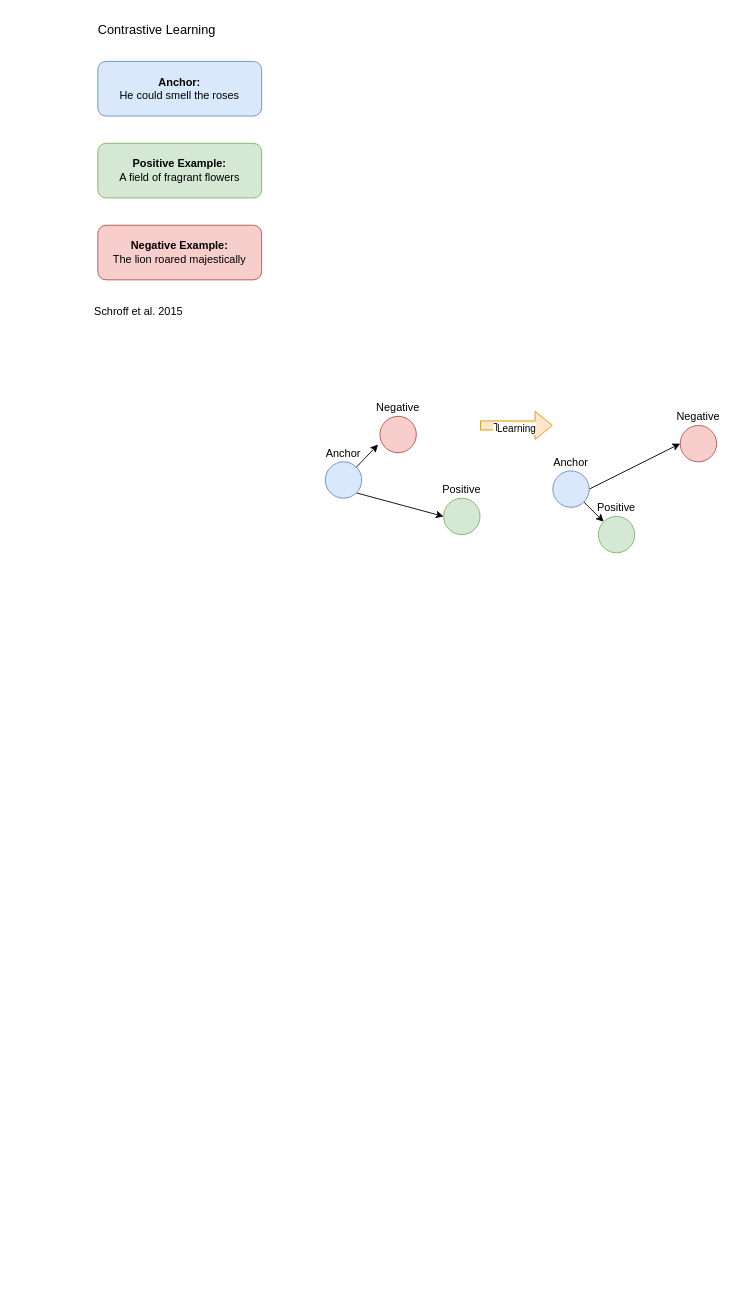
hollygrimm/hg-diagrams keeps this draw.io diagram as Untitled Diagram.drawio. Above is the earlier version. Source tidied: cells renumbered, new cells numbered last; positions are measured from the earlier drawing's top-left corner, leaving out a move shared by most shapes. Both pictures are drawn from the tidied source at 91%, with x=0, y=0 at pixel (70, 15).
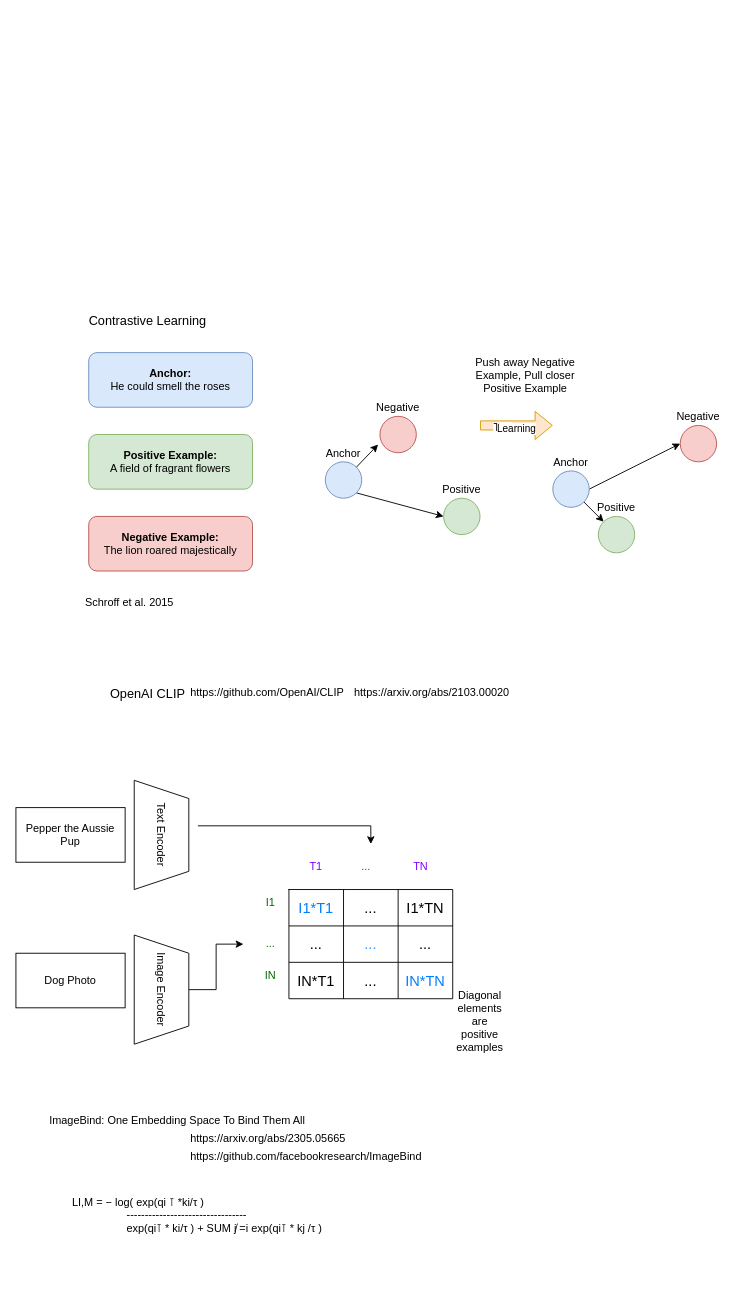
After the change.

Diff of the diagram source:
```diff
@@
     <mxCell id="2" value="&lt;b&gt;Anchor:&lt;/b&gt;&lt;br&gt;He could smell the roses" style="rounded=1;whiteSpace=wrap;html=1;fillColor=#dae8fc;strokeColor=#6c8ebf;" parent="1" vertex="1">
-      <mxGeometry x="30" y="50" width="180" height="60" as="geometry" />
+      <mxGeometry x="20" y="370" width="180" height="60" as="geometry" />
     </mxCell>
     <mxCell id="3" value="Contrastive Learning" style="text;html=1;align=center;verticalAlign=middle;whiteSpace=wrap;rounded=0;fontSize=14;" parent="1" vertex="1">
-      <mxGeometry width="190" height="30" as="geometry" />
+      <mxGeometry x="-10" y="320" width="190" height="30" as="geometry" />
     </mxCell>
     <mxCell id="4" value="&lt;b&gt;Positive Example:&lt;br&gt;&lt;/b&gt;A field of fragrant flowers" style="rounded=1;whiteSpace=wrap;html=1;fillColor=#d5e8d4;strokeColor=#82b366;" parent="1" vertex="1">
-      <mxGeometry x="30" y="140" width="180" height="60" as="geometry" />
+      <mxGeometry x="20" y="460" width="180" height="60" as="geometry" />
     </mxCell>
     <mxCell id="5" value="&lt;b&gt;Negative Example:&lt;br&gt;&lt;/b&gt;The lion roared majestically" style="rounded=1;whiteSpace=wrap;html=1;fillColor=#f8cecc;strokeColor=#b85450;" parent="1" vertex="1">
-      <mxGeometry x="30" y="230" width="180" height="60" as="geometry" />
+      <mxGeometry x="20" y="550" width="180" height="60" as="geometry" />
     </mxCell>
     <mxCell id="6" value="Schroff et al. 2015" style="text;html=1;align=center;verticalAlign=middle;whiteSpace=wrap;rounded=0;" parent="1" vertex="1">
-      <mxGeometry x="20" y="310" width="110" height="30" as="geometry" />
+      <mxGeometry x="10" y="630" width="110" height="30" as="geometry" />
     </mxCell>
@@
+    <mxCell id="20" value="Push away Negative Example, Pull closer Positive Example" style="text;html=1;align=center;verticalAlign=middle;whiteSpace=wrap;rounded=0;" parent="1" vertex="1">
+      <mxGeometry x="430" y="380" width="140" height="30" as="geometry" />
+    </mxCell>
+    <mxCell id="21" value="OpenAI CLIP" style="text;html=1;align=center;verticalAlign=middle;whiteSpace=wrap;rounded=0;fontSize=14;" parent="1" vertex="1">
+      <mxGeometry x="10" y="730" width="150" height="30" as="geometry" />
+    </mxCell>
+    <mxCell id="22" value="https://github.com/OpenAI/CLIP" style="text;whiteSpace=wrap;" parent="1" vertex="1">
+      <mxGeometry x="130" y="730" width="200" height="40" as="geometry" />
+    </mxCell>
+    <mxCell id="23" value="https://arxiv.org/abs/2103.00020" style="text;whiteSpace=wrap;" parent="1" vertex="1">
+      <mxGeometry x="310" y="730" width="200" height="40" as="geometry" />
+    </mxCell>
+    <mxCell id="24" value="Text Encoder" style="shape=trapezoid;perimeter=trapezoidPerimeter;whiteSpace=wrap;html=1;fixedSize=1;rotation=90;" parent="1" vertex="1">
+      <mxGeometry x="40" y="870" width="120" height="60" as="geometry" />
+    </mxCell>
+    <mxCell id="25" style="edgeStyle=orthogonalEdgeStyle;rounded=0;jettySize=auto;html=1;exitX=0.5;exitY=0;exitDx=0;exitDy=0;" parent="1" edge="1" source="26" target="46">
+      <mxGeometry relative="1" as="geometry" />
+    </mxCell>
+    <mxCell id="26" value="Image Encoder" style="shape=trapezoid;perimeter=trapezoidPerimeter;whiteSpace=wrap;html=1;fixedSize=1;rotation=90;" parent="1" vertex="1">
+      <mxGeometry x="40" y="1040" width="120" height="60" as="geometry" />
+    </mxCell>
+    <mxCell id="27" value="Pepper the Aussie Pup" style="rounded=0;whiteSpace=wrap;html=1;" parent="1" vertex="1">
+      <mxGeometry x="-60" y="870" width="120" height="60" as="geometry" />
+    </mxCell>
+    <mxCell id="28" value="Dog Photo" style="rounded=0;whiteSpace=wrap;html=1;" parent="1" vertex="1">
+      <mxGeometry x="-60" y="1030" width="120" height="60" as="geometry" />
+    </mxCell>
+    <mxCell id="29" style="shape=table;startSize=0;childLayout=tableLayout;fontSize=16;fontColor=#3399FF;" parent="1" vertex="1">
+      <mxGeometry x="240" y="960" width="180" height="120" as="geometry" />
+    </mxCell>
+    <mxCell id="30" style="shape=tableRow;horizontal=0;startSize=0;swimlaneHead=0;swimlaneBody=0;strokeColor=inherit;top=0;left=0;bottom=0;right=0;fillColor=none;fontSize=16;" parent="29" vertex="1">
+      <mxGeometry width="180" height="40" as="geometry" />
+    </mxCell>
+    <mxCell id="31" value="&lt;font color=&quot;#007fff&quot;&gt;I1*T1&lt;/font&gt;" style="shape=partialRectangle;html=1;whiteSpace=wrap;strokeColor=inherit;overflow=hidden;fillColor=none;top=0;left=0;bottom=0;right=0;fontSize=16;" parent="30" vertex="1">
+      <mxGeometry width="60" height="40" as="geometry" />
+    </mxCell>
+    <mxCell id="32" value="..." style="shape=partialRectangle;html=1;whiteSpace=wrap;strokeColor=inherit;overflow=hidden;fillColor=none;top=0;left=0;bottom=0;right=0;fontSize=16;" parent="30" vertex="1">
+      <mxGeometry x="60" width="60" height="40" as="geometry" />
+    </mxCell>
+    <mxCell id="33" value="I1*TN" style="shape=partialRectangle;html=1;whiteSpace=wrap;strokeColor=inherit;overflow=hidden;fillColor=none;top=0;left=0;bottom=0;right=0;fontSize=16;" parent="30" vertex="1">
+      <mxGeometry x="120" width="60" height="40" as="geometry" />
+    </mxCell>
+    <mxCell id="34" style="shape=tableRow;horizontal=0;startSize=0;swimlaneHead=0;swimlaneBody=0;strokeColor=inherit;top=0;left=0;bottom=0;right=0;fillColor=none;fontSize=16;" parent="29" vertex="1">
+      <mxGeometry y="40" width="180" height="40" as="geometry" />
+    </mxCell>
+    <mxCell id="35" value="..." style="shape=partialRectangle;html=1;whiteSpace=wrap;strokeColor=inherit;overflow=hidden;fillColor=none;top=0;left=0;bottom=0;right=0;fontSize=16;" parent="34" vertex="1">
+      <mxGeometry width="60" height="40" as="geometry" />
+    </mxCell>
+    <mxCell id="36" value="..." style="shape=partialRectangle;html=1;whiteSpace=wrap;strokeColor=inherit;overflow=hidden;fillColor=none;top=0;left=0;bottom=0;right=0;fontSize=16;fontColor=#3399FF;" parent="34" vertex="1">
+      <mxGeometry x="60" width="60" height="40" as="geometry" />
+    </mxCell>
+    <mxCell id="37" value="..." style="shape=partialRectangle;html=1;whiteSpace=wrap;strokeColor=inherit;overflow=hidden;fillColor=none;top=0;left=0;bottom=0;right=0;fontSize=16;" parent="34" vertex="1">
+      <mxGeometry x="120" width="60" height="40" as="geometry" />
+    </mxCell>
+    <mxCell id="38" style="shape=tableRow;horizontal=0;startSize=0;swimlaneHead=0;swimlaneBody=0;strokeColor=inherit;top=0;left=0;bottom=0;right=0;fillColor=none;fontSize=16;" parent="29" vertex="1">
+      <mxGeometry y="80" width="180" height="40" as="geometry" />
+    </mxCell>
+    <mxCell id="39" value="IN*T1" style="shape=partialRectangle;html=1;whiteSpace=wrap;strokeColor=inherit;overflow=hidden;fillColor=none;top=0;left=0;bottom=0;right=0;fontSize=16;" parent="38" vertex="1">
+      <mxGeometry width="60" height="40" as="geometry" />
+    </mxCell>
+    <mxCell id="40" value="..." style="shape=partialRectangle;html=1;whiteSpace=wrap;strokeColor=inherit;overflow=hidden;fillColor=none;top=0;left=0;bottom=0;right=0;fontSize=16;" parent="38" vertex="1">
+      <mxGeometry x="60" width="60" height="40" as="geometry" />
+    </mxCell>
+    <mxCell id="41" value="&lt;font color=&quot;#007fff&quot;&gt;IN*TN&lt;/font&gt;" style="shape=partialRectangle;html=1;whiteSpace=wrap;strokeColor=inherit;overflow=hidden;fillColor=none;top=0;left=0;bottom=0;right=0;fontSize=16;" parent="38" vertex="1">
+      <mxGeometry x="120" width="60" height="40" as="geometry" />
+    </mxCell>
+    <mxCell id="42" style="shape=partialRectangle;html=1;whiteSpace=wrap;strokeColor=inherit;overflow=hidden;fillColor=none;top=0;left=0;bottom=0;right=0;fontSize=16;" parent="1" vertex="1">
+      <mxGeometry x="230" y="960" width="40" height="40" as="geometry" />
+    </mxCell>
+    <mxCell id="43" value="T1" style="text;html=1;align=center;verticalAlign=middle;whiteSpace=wrap;rounded=0;fontColor=#7F00FF;" parent="1" vertex="1">
+      <mxGeometry x="240" y="920" width="60" height="30" as="geometry" />
+    </mxCell>
+    <mxCell id="44" value="TN" style="text;html=1;align=center;verticalAlign=middle;whiteSpace=wrap;rounded=0;fontColor=#7F00FF;" parent="1" vertex="1">
+      <mxGeometry x="355" y="920" width="60" height="30" as="geometry" />
+    </mxCell>
+    <mxCell id="45" value="..." style="text;html=1;align=center;verticalAlign=middle;whiteSpace=wrap;rounded=0;fontColor=#7F00FF;" parent="1" vertex="1">
+      <mxGeometry x="295" y="920" width="60" height="30" as="geometry" />
+    </mxCell>
+    <mxCell id="46" value="..." style="text;html=1;align=center;verticalAlign=middle;whiteSpace=wrap;rounded=0;fontColor=#006600;" parent="1" vertex="1">
+      <mxGeometry x="190" y="1005" width="60" height="30" as="geometry" />
+    </mxCell>
+    <mxCell id="47" value="I1" style="text;html=1;align=center;verticalAlign=middle;whiteSpace=wrap;rounded=0;fontColor=#006600;" parent="1" vertex="1">
+      <mxGeometry x="190" y="960" width="60" height="30" as="geometry" />
+    </mxCell>
+    <mxCell id="48" value="&lt;div&gt;IN&lt;/div&gt;" style="text;html=1;align=center;verticalAlign=middle;whiteSpace=wrap;rounded=0;fontColor=#006600;" parent="1" vertex="1">
+      <mxGeometry x="190" y="1040" width="60" height="30" as="geometry" />
+    </mxCell>
+    <mxCell id="49" style="endArrow=classic;html=1;rounded=0;" parent="1" edge="1">
+      <mxGeometry relative="1" as="geometry">
+        <mxPoint x="140" y="890" as="sourcePoint" />
+        <mxPoint x="330" y="910" as="targetPoint" />
+        <Array as="points">
+          <mxPoint x="330" y="890" />
+        </Array>
+      </mxGeometry>
+    </mxCell>
+    <mxCell id="50" value="Diagonal elements are positive examples" style="text;html=1;align=center;verticalAlign=middle;whiteSpace=wrap;rounded=0;" parent="1" vertex="1">
+      <mxGeometry x="420" y="1090" width="60" height="30" as="geometry" />
+    </mxCell>
+    <mxCell id="51" value="https://arxiv.org/abs/2305.05665" style="text;whiteSpace=wrap;" parent="1" vertex="1">
+      <mxGeometry x="130" y="1220" width="200" height="40" as="geometry" />
+    </mxCell>
+    <mxCell id="52" value="ImageBind: One Embedding Space To Bind Them All" style="text;whiteSpace=wrap;" parent="1" vertex="1">
+      <mxGeometry x="-25" y="1200" width="320" height="40" as="geometry" />
+    </mxCell>
+    <mxCell id="53" value="https://github.com/facebookresearch/ImageBind" style="text;whiteSpace=wrap;" parent="1" vertex="1">
+      <mxGeometry x="130" y="1240" width="290" height="40" as="geometry" />
+    </mxCell>
+    <mxCell id="54" value="LI,M = − log( exp(qi ⊺ *ki/τ )&#10;                  ---------------------------------&#10;                  exp(qi⊺ * ki/τ ) + SUM j̸ =i exp(qi⊺ * kj /τ )" style="text;whiteSpace=wrap;" parent="1" vertex="1">
+      <mxGeometry y="1290" width="390" height="110" as="geometry" />
+    </mxCell>
```
